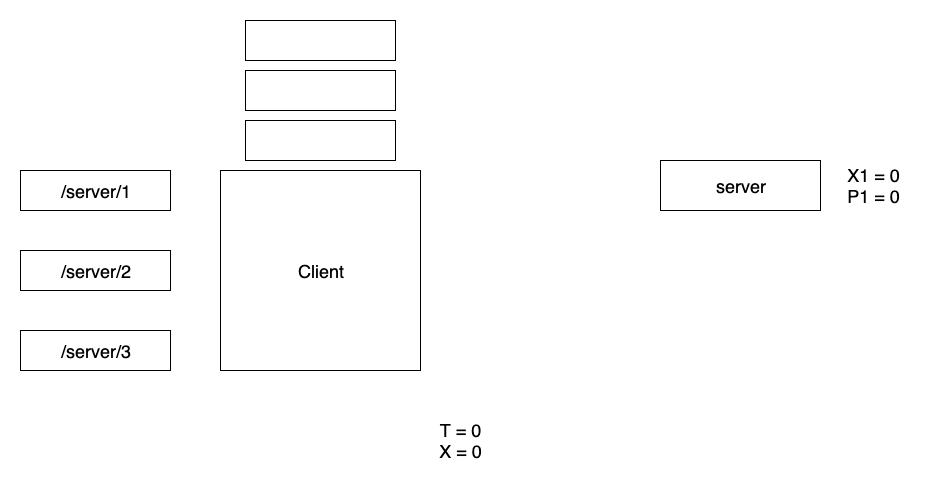
saurabh-hirani/slides keeps this draw.io diagram as decks/grequests-https-talk/images/python-grequests-flow-0.png. Above is the earlier version. Source tidied: cells renumbered, new cells last; positions are measured from the earlier drawing's top-left corner, leaving out a move shared by most shapes. Source of this version:
```xml
<mxGraphModel>
  <root>
    <mxCell id="0" />
    <mxCell id="1" parent="0" />
    <mxCell id="2" value="&lt;span style=&quot;white-space: normal&quot;&gt;&lt;font style=&quot;font-size: 18px&quot;&gt;/server/1&lt;/font&gt;&lt;/span&gt;" style="rounded=0;whiteSpace=wrap;html=1;" parent="1" vertex="1">
      <mxGeometry y="150" width="150" height="40" as="geometry" />
    </mxCell>
    <mxCell id="3" value="&lt;span style=&quot;white-space: normal&quot;&gt;&lt;font style=&quot;font-size: 18px&quot;&gt;/server/2&lt;/font&gt;&lt;/span&gt;" style="rounded=0;whiteSpace=wrap;html=1;" parent="1" vertex="1">
      <mxGeometry y="230" width="150" height="40" as="geometry" />
    </mxCell>
    <mxCell id="4" value="&lt;span style=&quot;white-space: normal&quot;&gt;&lt;font style=&quot;font-size: 18px&quot;&gt;/server/3&lt;/font&gt;&lt;/span&gt;" style="rounded=0;whiteSpace=wrap;html=1;" parent="1" vertex="1">
      <mxGeometry y="310" width="150" height="40" as="geometry" />
    </mxCell>
    <mxCell id="5" value="&lt;font style=&quot;font-size: 18px&quot;&gt;Client&lt;/font&gt;" style="whiteSpace=wrap;html=1;" parent="1" vertex="1">
      <mxGeometry x="200" y="150" width="200" height="200" as="geometry" />
    </mxCell>
    <mxCell id="6" value="&lt;span style=&quot;white-space: normal&quot;&gt;&lt;font style=&quot;font-size: 18px&quot;&gt;server&lt;br&gt;&lt;/font&gt;&lt;/span&gt;" style="rounded=0;whiteSpace=wrap;html=1;" parent="1" vertex="1">
      <mxGeometry x="640" y="140" width="160" height="50" as="geometry" />
    </mxCell>
    <object id="7" label="&lt;font style=&quot;font-size: 18px&quot;&gt;T = 0&lt;br&gt;X = 0&lt;br&gt;&lt;/font&gt;" name="Variable" placeholders="1">
      <mxCell style="text;html=1;strokeColor=none;fillColor=none;align=center;verticalAlign=middle;whiteSpace=wrap;overflow=hidden;" parent="1" vertex="1">
        <mxGeometry y="390" width="880" height="60" as="geometry" />
      </mxCell>
    </object>
    <mxCell id="8" style="rounded=0;whiteSpace=wrap;html=1;" parent="1" vertex="1">
      <mxGeometry x="225" y="100" width="150" height="40" as="geometry" />
    </mxCell>
    <mxCell id="9" style="rounded=0;whiteSpace=wrap;html=1;" parent="1" vertex="1">
      <mxGeometry x="225" y="50" width="150" height="40" as="geometry" />
    </mxCell>
    <mxCell id="10" style="rounded=0;whiteSpace=wrap;html=1;" parent="1" vertex="1">
      <mxGeometry x="225" width="150" height="40" as="geometry" />
    </mxCell>
    <object id="11" label="&lt;font style=&quot;font-size: 18px&quot;&gt;X1 = 0&lt;br&gt;P1 = 0&lt;/font&gt;" name="Variable" placeholders="1">
      <mxCell style="text;html=1;strokeColor=none;fillColor=none;align=center;verticalAlign=middle;whiteSpace=wrap;overflow=hidden;" parent="1" vertex="1">
        <mxGeometry x="806" y="140" width="94" height="50" as="geometry" />
      </mxCell>
    </object>
  </root>
</mxGraphModel>
```
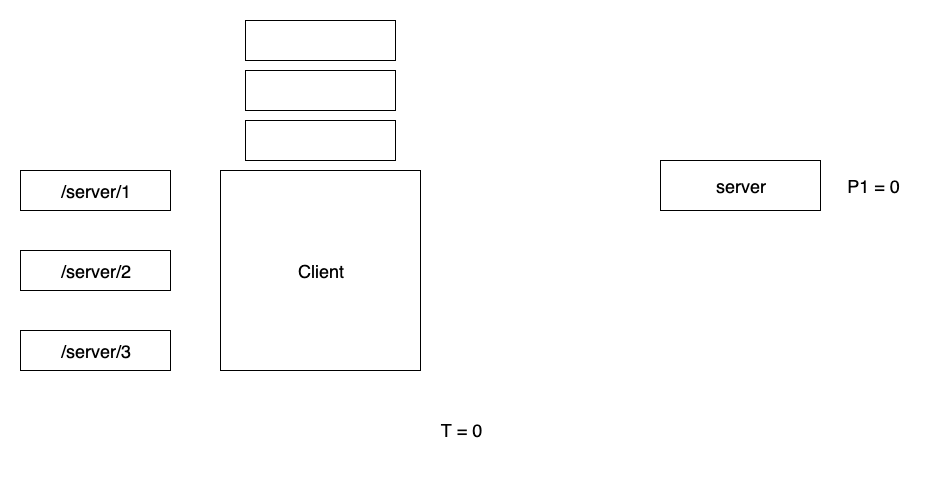
Above is the later version.

Change to the diagram source:
```diff
@@ -17,7 +17,7 @@
     <mxCell id="6" value="&lt;span style=&quot;white-space: normal&quot;&gt;&lt;font style=&quot;font-size: 18px&quot;&gt;server&lt;br&gt;&lt;/font&gt;&lt;/span&gt;" style="rounded=0;whiteSpace=wrap;html=1;" parent="1" vertex="1">
       <mxGeometry x="640" y="140" width="160" height="50" as="geometry" />
     </mxCell>
-    <object id="7" label="&lt;font style=&quot;font-size: 18px&quot;&gt;T = 0&lt;br&gt;X = 0&lt;br&gt;&lt;/font&gt;" name="Variable" placeholders="1">
+    <object id="7" label="&lt;font style=&quot;font-size: 18px&quot;&gt;T = 0&lt;br&gt;&lt;br&gt;&lt;/font&gt;" name="Variable" placeholders="1">
       <mxCell style="text;html=1;strokeColor=none;fillColor=none;align=center;verticalAlign=middle;whiteSpace=wrap;overflow=hidden;" parent="1" vertex="1">
         <mxGeometry y="390" width="880" height="60" as="geometry" />
       </mxCell>
@@ -31,7 +31,7 @@
     <mxCell id="10" style="rounded=0;whiteSpace=wrap;html=1;" parent="1" vertex="1">
       <mxGeometry x="225" width="150" height="40" as="geometry" />
     </mxCell>
-    <object id="11" label="&lt;font style=&quot;font-size: 18px&quot;&gt;X1 = 0&lt;br&gt;P1 = 0&lt;/font&gt;" name="Variable" placeholders="1">
+    <object id="11" label="&lt;font style=&quot;font-size: 18px&quot;&gt;P1 = 0&lt;/font&gt;" name="Variable" placeholders="1">
       <mxCell style="text;html=1;strokeColor=none;fillColor=none;align=center;verticalAlign=middle;whiteSpace=wrap;overflow=hidden;" parent="1" vertex="1">
         <mxGeometry x="806" y="140" width="94" height="50" as="geometry" />
       </mxCell>
```
